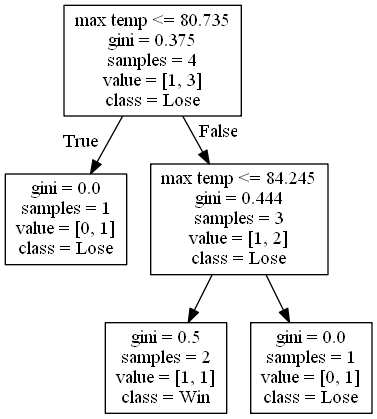
Above: DecisionTrees/Conference USAdecision_tree_no_score_or_attendance16.png in alexana-steck/CSE482Project (Graphviz), before the change. Its source is kept beside it as DecisionTrees/Conference USAdecision_tree_no_score_or_attendance16.dot. The source it was exported from:
```dot
digraph Tree {
node [shape=box] ;
0 [label="max temp <= 80.735\ngini = 0.375\nsamples = 4\nvalue = [1, 3]\nclass = Lose"] ;
1 [label="gini = 0.0\nsamples = 1\nvalue = [0, 1]\nclass = Lose"] ;
0 -> 1 [labeldistance=2.5, labelangle=45, headlabel="True"] ;
2 [label="max temp <= 84.245\ngini = 0.444\nsamples = 3\nvalue = [1, 2]\nclass = Lose"] ;
0 -> 2 [labeldistance=2.5, labelangle=-45, headlabel="False"] ;
3 [label="gini = 0.5\nsamples = 2\nvalue = [1, 1]\nclass = Win"] ;
2 -> 3 ;
4 [label="gini = 0.0\nsamples = 1\nvalue = [0, 1]\nclass = Lose"] ;
2 -> 4 ;
}
```
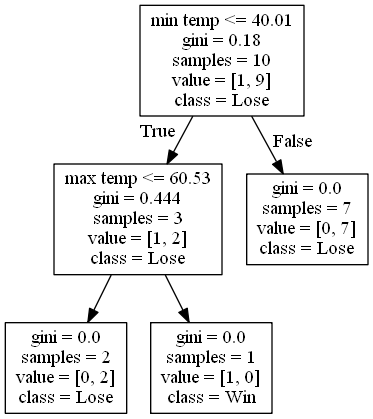
Later version of the same file.

The edit, as a diff of the source:
```diff
@@ -1,12 +1,12 @@
 digraph Tree {
 node [shape=box] ;
-0 [label="max temp <= 80.735\ngini = 0.375\nsamples = 4\nvalue = [1, 3]\nclass = Lose"] ;
-1 [label="gini = 0.0\nsamples = 1\nvalue = [0, 1]\nclass = Lose"] ;
+0 [label="min temp <= 40.01\ngini = 0.18\nsamples = 10\nvalue = [1, 9]\nclass = Lose"] ;
+1 [label="max temp <= 60.53\ngini = 0.444\nsamples = 3\nvalue = [1, 2]\nclass = Lose"] ;
 0 -> 1 [labeldistance=2.5, labelangle=45, headlabel="True"] ;
-2 [label="max temp <= 84.245\ngini = 0.444\nsamples = 3\nvalue = [1, 2]\nclass = Lose"] ;
-0 -> 2 [labeldistance=2.5, labelangle=-45, headlabel="False"] ;
-3 [label="gini = 0.5\nsamples = 2\nvalue = [1, 1]\nclass = Win"] ;
-2 -> 3 ;
-4 [label="gini = 0.0\nsamples = 1\nvalue = [0, 1]\nclass = Lose"] ;
-2 -> 4 ;
+2 [label="gini = 0.0\nsamples = 2\nvalue = [0, 2]\nclass = Lose"] ;
+1 -> 2 ;
+3 [label="gini = 0.0\nsamples = 1\nvalue = [1, 0]\nclass = Win"] ;
+1 -> 3 ;
+4 [label="gini = 0.0\nsamples = 7\nvalue = [0, 7]\nclass = Lose"] ;
+0 -> 4 [labeldistance=2.5, labelangle=-45, headlabel="False"] ;
 }
```
